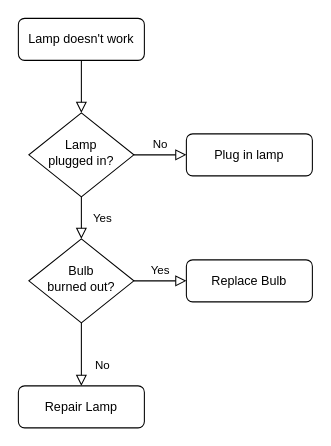
Before: 跌倒检测流程.drawio in daftpumpkin/IoT.io, a draw.io diagram. Source tidied: cells renumbered, new cells numbered last; positions are measured from the earlier drawing's top-left corner, leaving out a move shared by most shapes. Both pictures are drawn from the tidied source at 105%, with x=0, y=0 at pixel (18, 18).
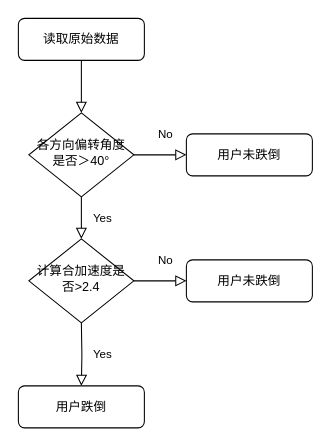
After the change.

Commit message (it also covers changes not shown here):
更新跌倒检测流程.drawio

Diff of the diagram source:
```diff
@@
 <mxGraphModel>
   <root>
     <mxCell id="0" />
     <mxCell id="1" parent="0" />
     <mxCell id="2" style="rounded=0;html=1;jettySize=auto;fontSize=11;endArrow=block;endFill=0;endSize=8;strokeWidth=1;shadow=0;labelBackgroundColor=none;edgeStyle=orthogonalEdgeStyle;" parent="1" edge="1" source="3" target="6">
       <mxGeometry relative="1" as="geometry" />
     </mxCell>
-    <mxCell id="3" value="Lamp doesn't work" style="rounded=1;whiteSpace=wrap;html=1;fontSize=12;glass=0;strokeWidth=1;shadow=0;" parent="1" vertex="1">
+    <mxCell id="3" value="&lt;font face=&quot;宋体&quot;&gt;读取原始数据&lt;/font&gt;" style="rounded=1;whiteSpace=wrap;html=1;fontSize=12;glass=0;strokeWidth=1;shadow=0;" parent="1" vertex="1">
       <mxGeometry width="120" height="40" as="geometry" />
     </mxCell>
     <mxCell id="4" value="Yes" style="rounded=0;html=1;jettySize=auto;fontSize=11;endArrow=block;endFill=0;endSize=8;strokeWidth=1;shadow=0;labelBackgroundColor=none;edgeStyle=orthogonalEdgeStyle;" parent="1" edge="1" source="6" target="10">
       <mxGeometry y="20" relative="1" as="geometry" />
     </mxCell>
     <mxCell id="5" value="No" style="edgeStyle=orthogonalEdgeStyle;rounded=0;html=1;jettySize=auto;fontSize=11;endArrow=block;endFill=0;endSize=8;strokeWidth=1;shadow=0;labelBackgroundColor=none;" parent="1" edge="1" source="6" target="7">
-      <mxGeometry y="10" relative="1" as="geometry" />
+      <mxGeometry x="0.2" y="20" relative="1" as="geometry" />
     </mxCell>
-    <mxCell id="6" value="Lamp&lt;br&gt;plugged in?" style="rhombus;whiteSpace=wrap;html=1;shadow=0;fontFamily=Helvetica;fontSize=12;align=center;strokeWidth=1;spacing=6;spacingTop=-4;" parent="1" vertex="1">
+    <mxCell id="6" value="&lt;font face=&quot;宋体&quot;&gt;各方向偏转角度是否＞40°&lt;/font&gt;" style="rhombus;whiteSpace=wrap;html=1;shadow=0;fontFamily=Helvetica;fontSize=12;align=center;strokeWidth=1;spacing=6;spacingTop=-4;" parent="1" vertex="1">
       <mxGeometry x="10" y="90" width="100" height="80" as="geometry" />
     </mxCell>
-    <mxCell id="7" value="Plug in lamp" style="rounded=1;whiteSpace=wrap;html=1;fontSize=12;glass=0;strokeWidth=1;shadow=0;" parent="1" vertex="1">
+    <mxCell id="7" value="&lt;font face=&quot;宋体&quot;&gt;用户未跌倒&lt;/font&gt;" style="rounded=1;whiteSpace=wrap;html=1;fontSize=12;glass=0;strokeWidth=1;shadow=0;" parent="1" vertex="1">
       <mxGeometry x="160" y="110" width="120" height="40" as="geometry" />
     </mxCell>
-    <mxCell id="8" value="No" style="rounded=0;html=1;jettySize=auto;fontSize=11;endArrow=block;endFill=0;endSize=8;strokeWidth=1;shadow=0;labelBackgroundColor=none;edgeStyle=orthogonalEdgeStyle;" parent="1" edge="1" source="10" target="11">
-      <mxGeometry x="0.33" y="20" relative="1" as="geometry" />
+    <mxCell id="8" value="No" style="rounded=0;html=1;jettySize=auto;fontSize=11;endArrow=block;endFill=0;endSize=8;strokeWidth=1;shadow=0;labelBackgroundColor=none;edgeStyle=orthogonalEdgeStyle;exitX=1;exitY=0.5;exitDx=0;exitDy=0;entryX=0;entryY=0.5;entryDx=0;entryDy=0;" parent="1" edge="1" source="10" target="12">
+      <mxGeometry x="0.2" y="20" relative="1" as="geometry" />
     </mxCell>
-    <mxCell id="9" value="Yes" style="edgeStyle=orthogonalEdgeStyle;rounded=0;html=1;jettySize=auto;fontSize=11;endArrow=block;endFill=0;endSize=8;strokeWidth=1;shadow=0;labelBackgroundColor=none;" parent="1" edge="1" source="10" target="12">
-      <mxGeometry y="10" relative="1" as="geometry" />
+    <mxCell id="9" value="Yes" style="edgeStyle=orthogonalEdgeStyle;rounded=0;html=1;jettySize=auto;fontSize=11;endArrow=block;endFill=0;endSize=8;strokeWidth=1;shadow=0;labelBackgroundColor=none;entryX=0.5;entryY=0;entryDx=0;entryDy=0;" parent="1" edge="1" target="11">
+      <mxGeometry y="20" relative="1" as="geometry">
+        <mxPoint x="60" y="290" as="sourcePoint" />
+      </mxGeometry>
     </mxCell>
-    <mxCell id="10" value="Bulb&lt;br&gt;burned out?" style="rhombus;whiteSpace=wrap;html=1;shadow=0;fontFamily=Helvetica;fontSize=12;align=center;strokeWidth=1;spacing=6;spacingTop=-4;" parent="1" vertex="1">
+    <mxCell id="10" value="&lt;font face=&quot;宋体&quot;&gt;计算合加速度是否&amp;gt;2.4&lt;/font&gt;" style="rhombus;whiteSpace=wrap;html=1;shadow=0;fontFamily=Helvetica;fontSize=12;align=center;strokeWidth=1;spacing=6;spacingTop=-4;" parent="1" vertex="1">
       <mxGeometry x="10" y="210" width="100" height="80" as="geometry" />
     </mxCell>
-    <mxCell id="11" value="Repair Lamp" style="rounded=1;whiteSpace=wrap;html=1;fontSize=12;glass=0;strokeWidth=1;shadow=0;" parent="1" vertex="1">
+    <mxCell id="11" value="&lt;font face=&quot;宋体&quot;&gt;用户跌倒&lt;/font&gt;" style="rounded=1;whiteSpace=wrap;html=1;fontSize=12;glass=0;strokeWidth=1;shadow=0;" parent="1" vertex="1">
       <mxGeometry y="350" width="120" height="40" as="geometry" />
     </mxCell>
-    <mxCell id="12" value="Replace Bulb" style="rounded=1;whiteSpace=wrap;html=1;fontSize=12;glass=0;strokeWidth=1;shadow=0;" parent="1" vertex="1">
+    <mxCell id="12" value="&lt;font face=&quot;宋体&quot;&gt;用户未跌倒&lt;/font&gt;" style="rounded=1;whiteSpace=wrap;html=1;fontSize=12;glass=0;strokeWidth=1;shadow=0;" parent="1" vertex="1">
       <mxGeometry x="160" y="230" width="120" height="40" as="geometry" />
     </mxCell>
   </root>
 </mxGraphModel>
```
